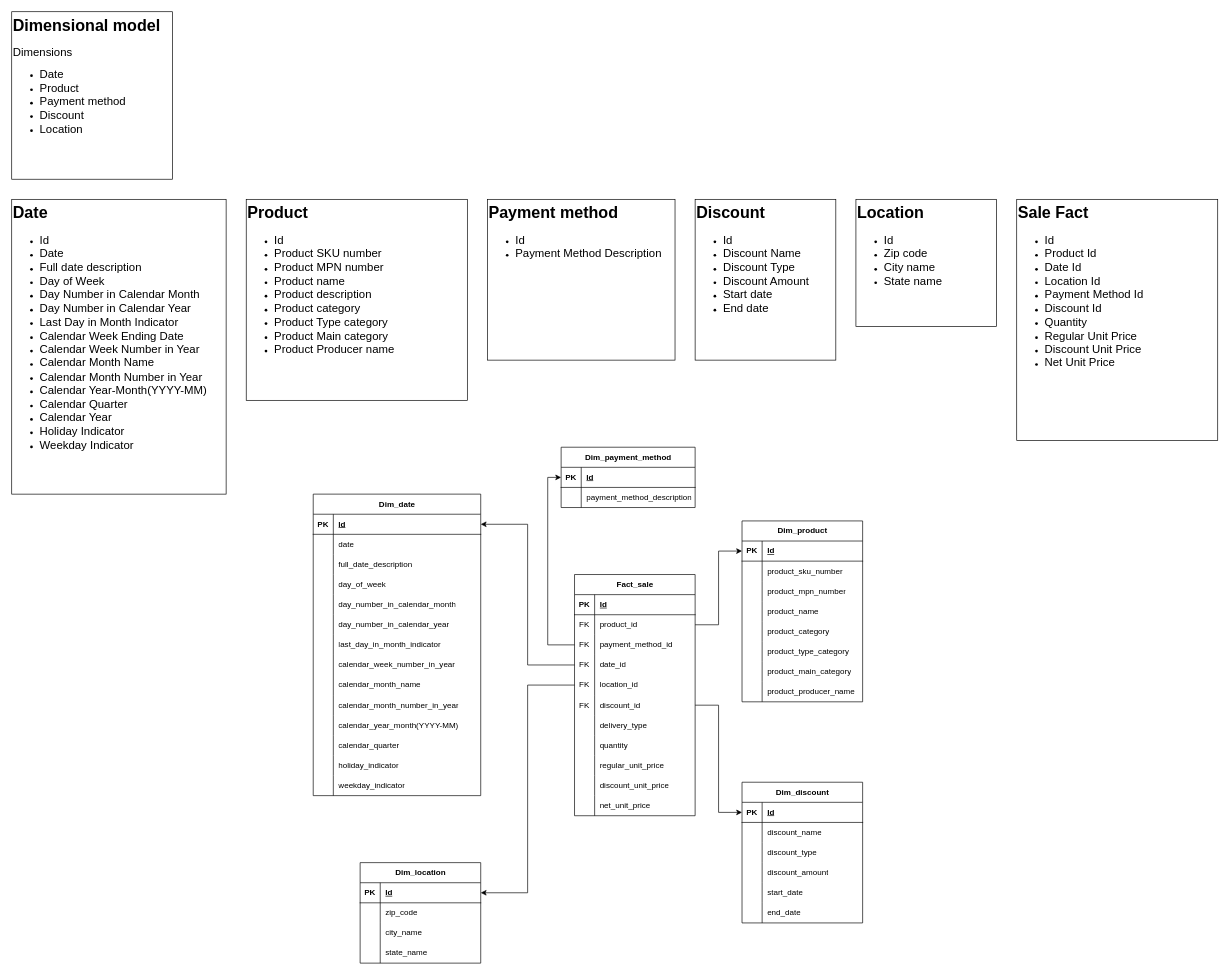
Before: db/komplett_dwh_ERD.drawio in mats-bb/DataAnalysis-OLTP-DWH, a draw.io diagram. Source tidied: cells renumbered, new cells numbered last; positions are measured from the earlier drawing's top-left corner, leaving out a move shared by most shapes. Both pictures are drawn from the tidied source at 67%, with x=0, y=0 at pixel (11, 11).
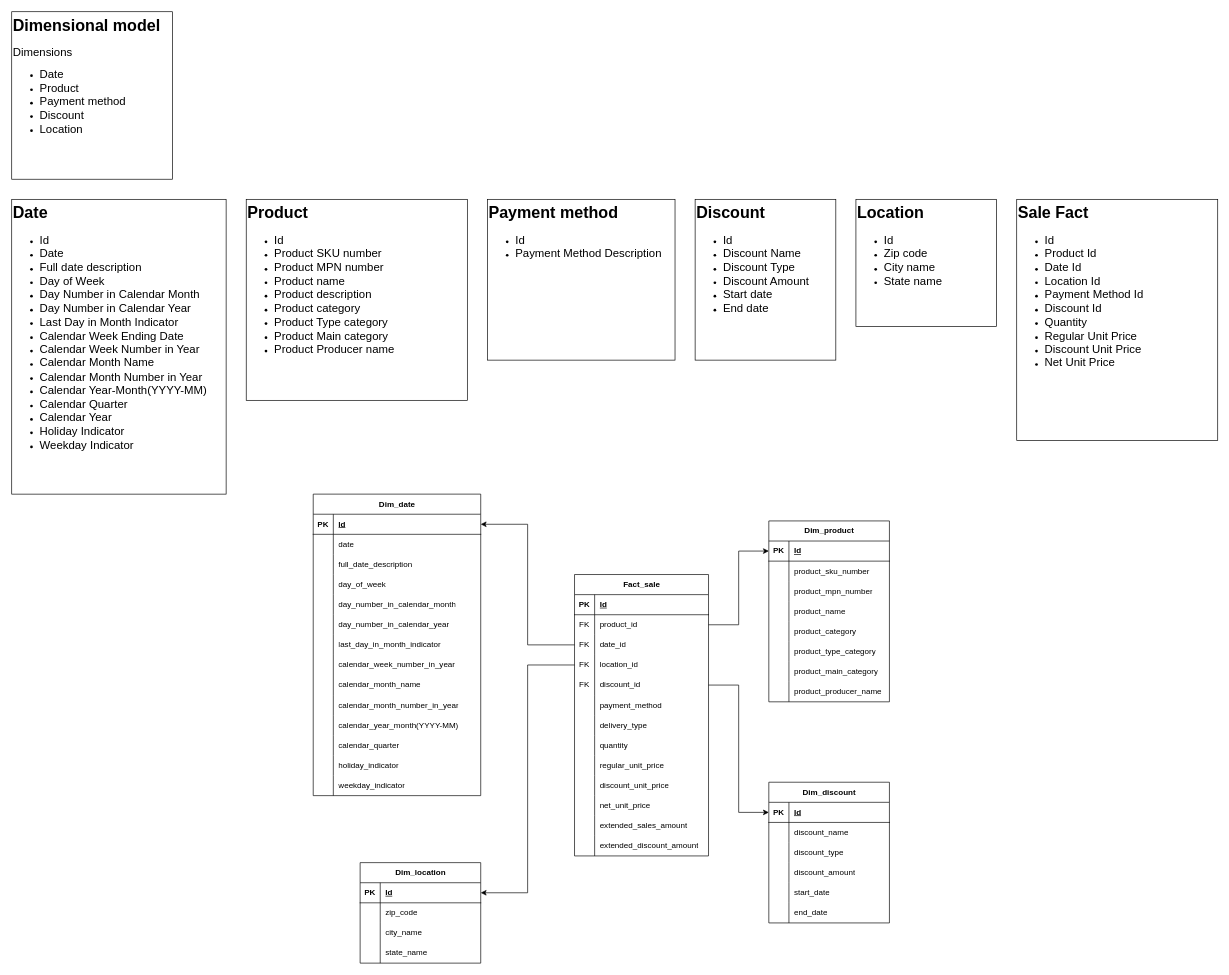
After the change.

What changed in the source:
```diff
@@
     <mxCell id="9" value="Fact_sale" style="shape=table;startSize=30;childLayout=tableLayout;rowLines=0;fontStyle=1;align=center;html=1;" parent="1" vertex="1">
-      <mxGeometry x="840" y="840" width="180" height="360" as="geometry" />
+      <mxGeometry x="840" y="840" width="200" height="420" as="geometry" />
     </mxCell>
     <mxCell id="10" style="shape=tableRow;horizontal=0;startSize=0;swimlaneHead=0;swimlaneBody=0;fillColor=none;top=0;left=0;right=0;bottom=1;" parent="9" vertex="1">
-      <mxGeometry y="30" width="180" height="30" as="geometry" />
+      <mxGeometry y="30" width="200" height="30" as="geometry" />
     </mxCell>
@@
     <mxCell id="12" value="Id" style="shape=partialRectangle;fillColor=none;top=0;left=0;bottom=0;right=0;align=left;spacingLeft=6;fontStyle=5;overflow=hidden;whiteSpace=wrap;html=1;" parent="10" vertex="1">
-      <mxGeometry x="30" width="150" height="30" as="geometry" />
+      <mxGeometry x="30" width="170" height="30" as="geometry" />
     </mxCell>
     <mxCell id="13" style="shape=tableRow;horizontal=0;startSize=0;swimlaneHead=0;swimlaneBody=0;fillColor=none;points=[[0,0.5],[1,0.5]];portConstraint=eastwest;top=0;left=0;right=0;bottom=0;" parent="9" vertex="1">
-      <mxGeometry y="60" width="180" height="30" as="geometry" />
+      <mxGeometry y="60" width="200" height="30" as="geometry" />
     </mxCell>
@@
     <mxCell id="15" value="product_id" style="shape=partialRectangle;fillColor=none;top=0;left=0;bottom=0;right=0;align=left;spacingLeft=6;overflow=hidden;whiteSpace=wrap;html=1;" parent="13" vertex="1">
-      <mxGeometry x="30" width="150" height="30" as="geometry" />
+      <mxGeometry x="30" width="170" height="30" as="geometry" />
     </mxCell>
-    <mxCell id="16" style="shape=tableRow;horizontal=0;startSize=0;swimlaneHead=0;swimlaneBody=0;fillColor=none;points=[[0,0.5],[1,0.5]];portConstraint=eastwest;top=0;left=0;right=0;bottom=0;" parent="9" vertex="1">
-      <mxGeometry y="90" width="180" height="30" as="geometry" />
-    </mxCell>
-    <mxCell id="17" value="FK" style="shape=partialRectangle;fillColor=none;top=0;left=0;bottom=0;right=0;overflow=hidden;whiteSpace=wrap;html=1;" parent="16" vertex="1">
-      <mxGeometry width="30" height="30" as="geometry" />
-    </mxCell>
-    <mxCell id="18" value="payment_method_id" style="shape=partialRectangle;fillColor=none;top=0;left=0;bottom=0;right=0;align=left;spacingLeft=6;overflow=hidden;whiteSpace=wrap;html=1;" parent="16" vertex="1">
-      <mxGeometry x="30" width="150" height="30" as="geometry" />
-    </mxCell>
     <mxCell id="19" style="shape=tableRow;horizontal=0;startSize=0;swimlaneHead=0;swimlaneBody=0;fillColor=none;points=[[0,0.5],[1,0.5]];portConstraint=eastwest;top=0;left=0;right=0;bottom=0;" parent="9" vertex="1">
-      <mxGeometry y="120" width="180" height="30" as="geometry" />
+      <mxGeometry y="90" width="200" height="30" as="geometry" />
     </mxCell>
@@
     <mxCell id="21" value="date_id" style="shape=partialRectangle;fillColor=none;top=0;left=0;bottom=0;right=0;align=left;spacingLeft=6;overflow=hidden;whiteSpace=wrap;html=1;" parent="19" vertex="1">
-      <mxGeometry x="30" width="150" height="30" as="geometry" />
+      <mxGeometry x="30" width="170" height="30" as="geometry" />
     </mxCell>
     <mxCell id="22" style="shape=tableRow;horizontal=0;startSize=0;swimlaneHead=0;swimlaneBody=0;fillColor=none;points=[[0,0.5],[1,0.5]];portConstraint=eastwest;top=0;left=0;right=0;bottom=0;" parent="9" vertex="1">
-      <mxGeometry y="150" width="180" height="30" as="geometry" />
+      <mxGeometry y="120" width="200" height="30" as="geometry" />
     </mxCell>
@@
     <mxCell id="24" value="location_id" style="shape=partialRectangle;fillColor=none;top=0;left=0;bottom=0;right=0;align=left;spacingLeft=6;overflow=hidden;whiteSpace=wrap;html=1;" parent="22" vertex="1">
-      <mxGeometry x="30" width="150" height="30" as="geometry" />
+      <mxGeometry x="30" width="170" height="30" as="geometry" />
     </mxCell>
     <mxCell id="25" style="shape=tableRow;horizontal=0;startSize=0;swimlaneHead=0;swimlaneBody=0;fillColor=none;points=[[0,0.5],[1,0.5]];portConstraint=eastwest;top=0;left=0;right=0;bottom=0;" parent="9" vertex="1">
-      <mxGeometry y="180" width="180" height="30" as="geometry" />
+      <mxGeometry y="150" width="200" height="30" as="geometry" />
     </mxCell>
@@
     <mxCell id="27" value="discount_id" style="shape=partialRectangle;fillColor=none;top=0;left=0;bottom=0;right=0;align=left;spacingLeft=6;overflow=hidden;whiteSpace=wrap;html=1;" parent="25" vertex="1">
-      <mxGeometry x="30" width="150" height="30" as="geometry" />
+      <mxGeometry x="30" width="170" height="30" as="geometry" />
     </mxCell>
+    <mxCell id="155" style="shape=tableRow;horizontal=0;startSize=0;swimlaneHead=0;swimlaneBody=0;fillColor=none;top=0;left=0;right=0;bottom=0;" parent="9" vertex="1">
+      <mxGeometry y="180" width="200" height="30" as="geometry" />
+    </mxCell>
+    <mxCell id="156" style="shape=partialRectangle;fillColor=none;top=0;left=0;bottom=0;right=0;overflow=hidden;whiteSpace=wrap;html=1;" parent="155" vertex="1">
+      <mxGeometry width="30" height="30" as="geometry" />
+    </mxCell>
+    <mxCell id="157" value="payment_method" style="shape=partialRectangle;fillColor=none;top=0;left=0;bottom=0;right=0;align=left;spacingLeft=6;overflow=hidden;whiteSpace=wrap;html=1;" parent="155" vertex="1">
+      <mxGeometry x="30" width="170" height="30" as="geometry" />
+    </mxCell>
     <mxCell id="28" style="shape=tableRow;horizontal=0;startSize=0;swimlaneHead=0;swimlaneBody=0;fillColor=none;top=0;left=0;right=0;bottom=0;" parent="9" vertex="1">
-      <mxGeometry y="210" width="180" height="30" as="geometry" />
+      <mxGeometry y="210" width="200" height="30" as="geometry" />
     </mxCell>
@@
     <mxCell id="30" value="delivery_type" style="shape=partialRectangle;fillColor=none;top=0;left=0;bottom=0;right=0;align=left;spacingLeft=6;overflow=hidden;whiteSpace=wrap;html=1;" parent="28" vertex="1">
-      <mxGeometry x="30" width="150" height="30" as="geometry" />
+      <mxGeometry x="30" width="170" height="30" as="geometry" />
     </mxCell>
     <mxCell id="31" style="shape=tableRow;horizontal=0;startSize=0;swimlaneHead=0;swimlaneBody=0;fillColor=none;top=0;left=0;right=0;bottom=0;" parent="9" vertex="1">
-      <mxGeometry y="240" width="180" height="30" as="geometry" />
+      <mxGeometry y="240" width="200" height="30" as="geometry" />
     </mxCell>
@@
     <mxCell id="33" value="quantity" style="shape=partialRectangle;fillColor=none;top=0;left=0;bottom=0;right=0;align=left;spacingLeft=6;overflow=hidden;whiteSpace=wrap;html=1;" parent="31" vertex="1">
-      <mxGeometry x="30" width="150" height="30" as="geometry" />
+      <mxGeometry x="30" width="170" height="30" as="geometry" />
     </mxCell>
     <mxCell id="34" style="shape=tableRow;horizontal=0;startSize=0;swimlaneHead=0;swimlaneBody=0;fillColor=none;top=0;left=0;right=0;bottom=0;" parent="9" vertex="1">
-      <mxGeometry y="270" width="180" height="30" as="geometry" />
+      <mxGeometry y="270" width="200" height="30" as="geometry" />
     </mxCell>
@@
     <mxCell id="36" value="regular_unit_price" style="shape=partialRectangle;fillColor=none;top=0;left=0;bottom=0;right=0;align=left;spacingLeft=6;overflow=hidden;whiteSpace=wrap;html=1;" parent="34" vertex="1">
-      <mxGeometry x="30" width="150" height="30" as="geometry" />
+      <mxGeometry x="30" width="170" height="30" as="geometry" />
     </mxCell>
     <mxCell id="37" style="shape=tableRow;horizontal=0;startSize=0;swimlaneHead=0;swimlaneBody=0;fillColor=none;top=0;left=0;right=0;bottom=0;" parent="9" vertex="1">
-      <mxGeometry y="300" width="180" height="30" as="geometry" />
+      <mxGeometry y="300" width="200" height="30" as="geometry" />
     </mxCell>
@@
     <mxCell id="39" value="discount_unit_price" style="shape=partialRectangle;fillColor=none;top=0;left=0;bottom=0;right=0;align=left;spacingLeft=6;overflow=hidden;whiteSpace=wrap;html=1;" parent="37" vertex="1">
-      <mxGeometry x="30" width="150" height="30" as="geometry" />
+      <mxGeometry x="30" width="170" height="30" as="geometry" />
     </mxCell>
     <mxCell id="40" style="shape=tableRow;horizontal=0;startSize=0;swimlaneHead=0;swimlaneBody=0;fillColor=none;top=0;left=0;right=0;bottom=0;" parent="9" vertex="1">
-      <mxGeometry y="330" width="180" height="30" as="geometry" />
+      <mxGeometry y="330" width="200" height="30" as="geometry" />
     </mxCell>
@@
     <mxCell id="42" value="net_unit_price" style="shape=partialRectangle;fillColor=none;top=0;left=0;bottom=0;right=0;align=left;spacingLeft=6;overflow=hidden;whiteSpace=wrap;html=1;" parent="40" vertex="1">
-      <mxGeometry x="30" width="150" height="30" as="geometry" />
+      <mxGeometry x="30" width="170" height="30" as="geometry" />
     </mxCell>
-    <mxCell id="43" value="Dim_payment_method" style="shape=table;startSize=30;childLayout=tableLayout;rowLines=0;fontStyle=1;align=center;html=1;" parent="1" vertex="1">
-      <mxGeometry x="820" y="650" width="200" height="90" as="geometry" />
-    </mxCell>
-    <mxCell id="44" style="shape=tableRow;horizontal=0;startSize=0;swimlaneHead=0;swimlaneBody=0;fillColor=none;points=[[0,0.5],[1,0.5]];portConstraint=eastwest;top=0;left=0;right=0;bottom=1;" parent="43" vertex="1">
-      <mxGeometry y="30" width="200" height="30" as="geometry" />
-    </mxCell>
-    <mxCell id="45" value="PK" style="shape=partialRectangle;fillColor=none;top=0;left=0;bottom=0;right=0;fontStyle=1;overflow=hidden;whiteSpace=wrap;html=1;" parent="44" vertex="1">
-      <mxGeometry width="30" height="30" as="geometry" />
-    </mxCell>
-    <mxCell id="46" value="Id" style="shape=partialRectangle;fillColor=none;top=0;left=0;bottom=0;right=0;align=left;spacingLeft=6;fontStyle=5;overflow=hidden;whiteSpace=wrap;html=1;" parent="44" vertex="1">
-      <mxGeometry x="30" width="170" height="30" as="geometry" />
-    </mxCell>
-    <mxCell id="47" style="shape=tableRow;horizontal=0;startSize=0;swimlaneHead=0;swimlaneBody=0;fillColor=none;top=0;left=0;right=0;bottom=0;" parent="43" vertex="1">
-      <mxGeometry y="60" width="200" height="30" as="geometry" />
-    </mxCell>
-    <mxCell id="48" style="shape=partialRectangle;fillColor=none;top=0;left=0;bottom=0;right=0;overflow=hidden;whiteSpace=wrap;html=1;" parent="47" vertex="1">
-      <mxGeometry width="30" height="30" as="geometry" />
-    </mxCell>
-    <mxCell id="49" value="payment_method_description" style="shape=partialRectangle;fillColor=none;top=0;left=0;bottom=0;right=0;align=left;spacingLeft=6;overflow=hidden;whiteSpace=wrap;html=1;" parent="47" vertex="1">
-      <mxGeometry x="30" width="170" height="30" as="geometry" />
-    </mxCell>
+    <mxCell id="158" style="shape=tableRow;horizontal=0;startSize=0;swimlaneHead=0;swimlaneBody=0;fillColor=none;top=0;left=0;right=0;bottom=0;" parent="9" vertex="1">
+      <mxGeometry y="360" width="200" height="30" as="geometry" />
+    </mxCell>
+    <mxCell id="159" style="shape=partialRectangle;fillColor=none;top=0;left=0;bottom=0;right=0;overflow=hidden;whiteSpace=wrap;html=1;" parent="158" vertex="1">
+      <mxGeometry width="30" height="30" as="geometry" />
+    </mxCell>
+    <mxCell id="160" value="extended_sales_amount" style="shape=partialRectangle;fillColor=none;top=0;left=0;bottom=0;right=0;align=left;spacingLeft=6;overflow=hidden;whiteSpace=wrap;html=1;" parent="158" vertex="1">
+      <mxGeometry x="30" width="170" height="30" as="geometry" />
+    </mxCell>
+    <mxCell id="161" style="shape=tableRow;horizontal=0;startSize=0;swimlaneHead=0;swimlaneBody=0;fillColor=none;top=0;left=0;right=0;bottom=0;" parent="9" vertex="1">
+      <mxGeometry y="390" width="200" height="30" as="geometry" />
+    </mxCell>
+    <mxCell id="162" style="shape=partialRectangle;fillColor=none;top=0;left=0;bottom=0;right=0;overflow=hidden;whiteSpace=wrap;html=1;" parent="161" vertex="1">
+      <mxGeometry width="30" height="30" as="geometry" />
+    </mxCell>
+    <mxCell id="163" value="extended_discount_amount" style="shape=partialRectangle;fillColor=none;top=0;left=0;bottom=0;right=0;align=left;spacingLeft=6;overflow=hidden;whiteSpace=wrap;html=1;" parent="161" vertex="1">
+      <mxGeometry x="30" width="170" height="30" as="geometry" />
+    </mxCell>
@@
     <mxCell id="63" value="Dim_discount" style="shape=table;startSize=30;childLayout=tableLayout;rowLines=0;fontStyle=1;align=center;html=1;" parent="1" vertex="1">
-      <mxGeometry x="1090" y="1150" width="180" height="210" as="geometry" />
+      <mxGeometry x="1130" y="1150" width="180" height="210" as="geometry" />
     </mxCell>
@@
     <mxCell id="125" value="Dim_product" style="shape=table;startSize=30;childLayout=tableLayout;rowLines=0;fontStyle=1;align=center;html=1;" parent="1" vertex="1">
-      <mxGeometry x="1090" y="760" width="180" height="270" as="geometry" />
+      <mxGeometry x="1130" y="760" width="180" height="270" as="geometry" />
     </mxCell>
@@
-    <mxCell id="153" style="edgeStyle=orthogonalEdgeStyle;rounded=0;jettySize=auto;html=1;entryX=0;entryY=0.5;entryDx=0;entryDy=0;" parent="1" edge="1" source="16" target="44">
-      <mxGeometry relative="1" as="geometry" />
-    </mxCell>
```
